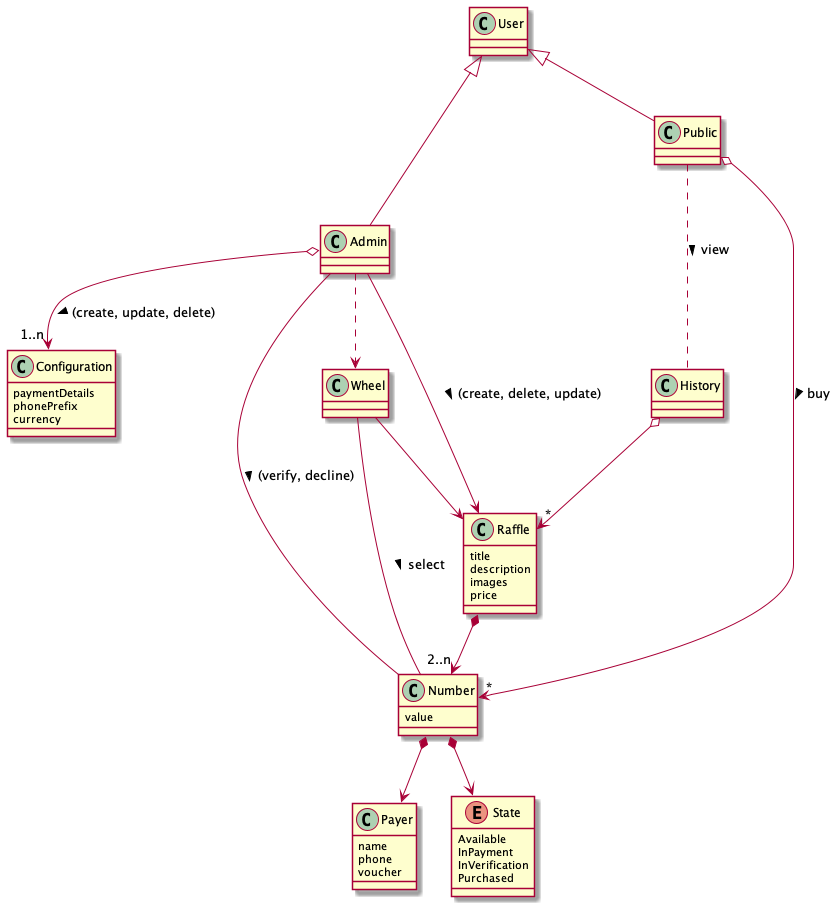
Above: out/docs/DomainModel/index/DomainModel.png in marcos-velasquez/raffle (PlantUML), before the change.
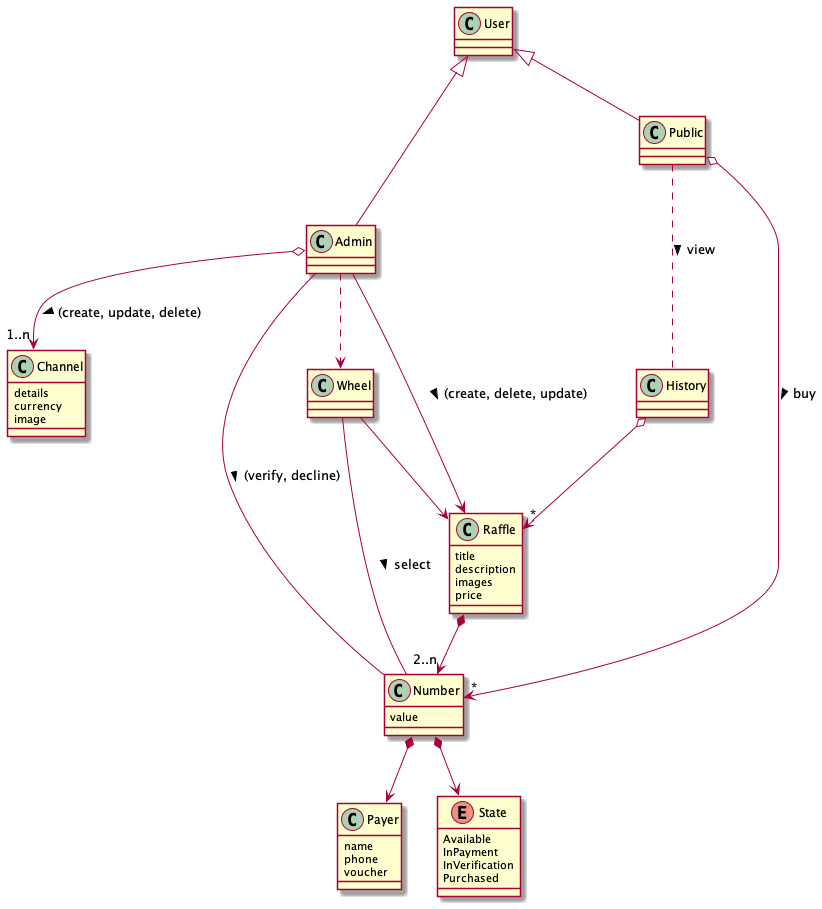
After the change.

Change to the diagram source:
```diff
@@ -8,12 +8,12 @@
 Admin -down-> Raffle : "(create, delete, update) >"
 Admin -down- Number: "(verify, decline) >"
 Admin ..> Wheel
-Admin o-down-> "1..n" Configuration : "(create, update, delete) >"
+Admin o-down-> "1..n" Channel : "(create, update, delete) >"
 
-class Configuration {
-    paymentDetails
-    phonePrefix
+class Channel {
+    details
     currency
+    image
 }
 
 class Public {}
```
